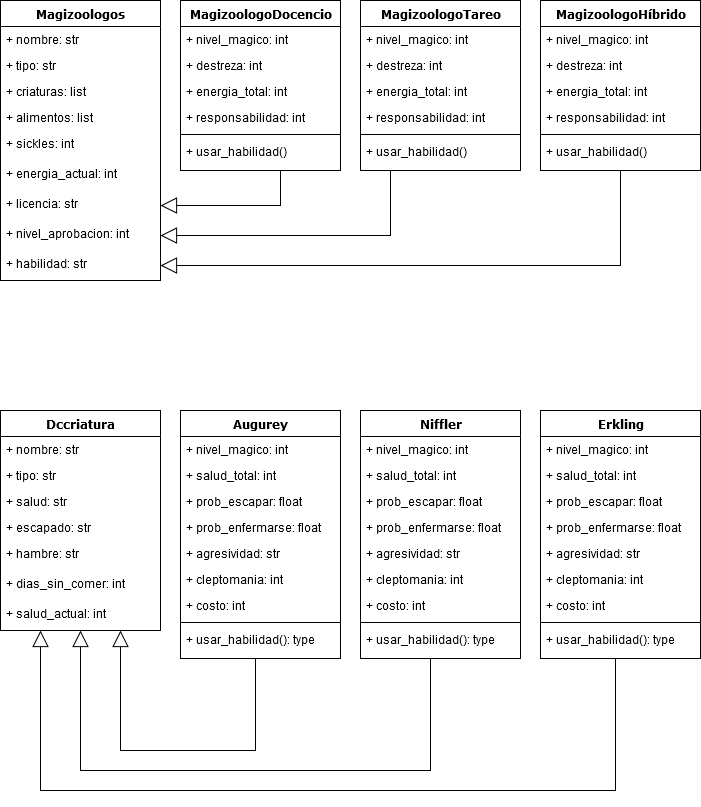
The draw.io diagram Diagrama_clases_T01.png in AndresGonzalez5/Inventario, before a commit. Source tidied: cells renumbered, new cells last; positions are measured from the earlier drawing's top-left corner, leaving out a move shared by most shapes.
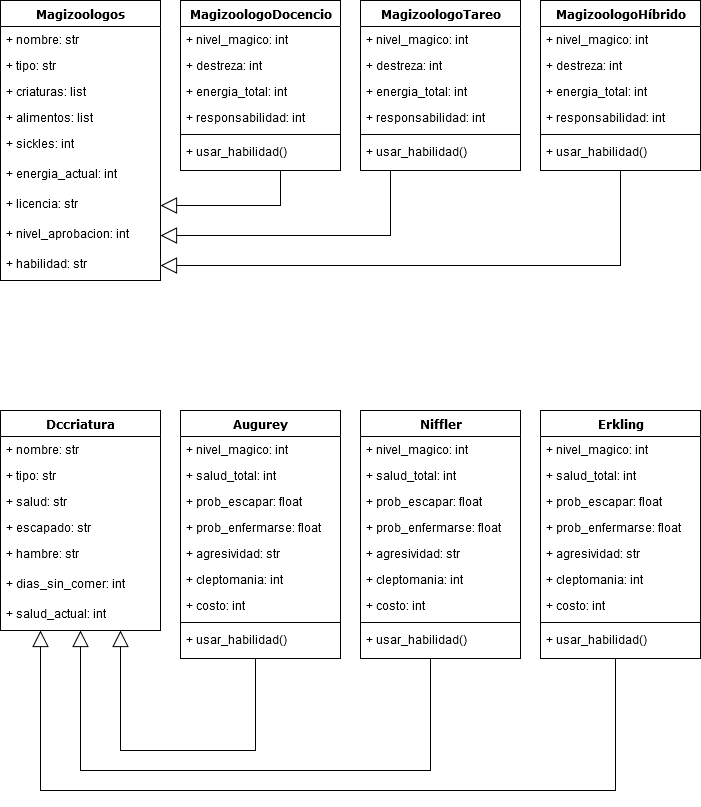
After the change.

What changed in the source:
```diff
@@ -161,7 +161,7 @@
     <mxCell id="51" style="line;html=1;strokeWidth=1;fillColor=none;align=left;verticalAlign=middle;spacingTop=-1;spacingLeft=3;spacingRight=3;labelPosition=right;" parent="43" vertex="1">
       <mxGeometry y="208" width="160" height="8" as="geometry" />
     </mxCell>
-    <mxCell id="52" value="+ usar_habilidad(): type" style="text;html=1;strokeColor=none;fillColor=none;align=left;verticalAlign=top;spacingLeft=4;spacingRight=4;whiteSpace=wrap;overflow=hidden;" parent="43" vertex="1">
+    <mxCell id="52" value="+ usar_habilidad()" style="text;html=1;strokeColor=none;fillColor=none;align=left;verticalAlign=top;spacingLeft=4;spacingRight=4;whiteSpace=wrap;overflow=hidden;" parent="43" vertex="1">
       <mxGeometry y="216" width="160" height="32" as="geometry" />
     </mxCell>
     <mxCell id="53" value="Niffler" style="swimlane;html=1;fontStyle=1;align=center;verticalAlign=top;horizontal=1;startSize=26;swimlaneFillColor=#ffffff;rounded=0;shadow=0;comic=0;labelBackgroundColor=none;strokeWidth=1;fillColor=none;fontFamily=Verdana;fontSize=12;" parent="1" vertex="1">
@@ -191,7 +191,7 @@
     <mxCell id="61" style="line;html=1;strokeWidth=1;fillColor=none;align=left;verticalAlign=middle;spacingTop=-1;spacingLeft=3;spacingRight=3;labelPosition=right;" parent="53" vertex="1">
       <mxGeometry y="208" width="160" height="8" as="geometry" />
     </mxCell>
-    <mxCell id="62" value="+ usar_habilidad(): type" style="text;html=1;strokeColor=none;fillColor=none;align=left;verticalAlign=top;spacingLeft=4;spacingRight=4;whiteSpace=wrap;overflow=hidden;" parent="53" vertex="1">
+    <mxCell id="62" value="+ usar_habilidad()" style="text;html=1;strokeColor=none;fillColor=none;align=left;verticalAlign=top;spacingLeft=4;spacingRight=4;whiteSpace=wrap;overflow=hidden;" parent="53" vertex="1">
       <mxGeometry y="216" width="160" height="32" as="geometry" />
     </mxCell>
     <mxCell id="63" value="Erkling" style="swimlane;html=1;fontStyle=1;align=center;verticalAlign=top;horizontal=1;startSize=26;swimlaneFillColor=#ffffff;rounded=0;shadow=0;comic=0;labelBackgroundColor=none;strokeWidth=1;fillColor=none;fontFamily=Verdana;fontSize=12;" parent="1" vertex="1">
@@ -221,7 +221,7 @@
     <mxCell id="71" style="line;html=1;strokeWidth=1;fillColor=none;align=left;verticalAlign=middle;spacingTop=-1;spacingLeft=3;spacingRight=3;labelPosition=right;" parent="63" vertex="1">
       <mxGeometry y="208" width="160" height="8" as="geometry" />
     </mxCell>
-    <mxCell id="72" value="+ usar_habilidad(): type" style="text;html=1;strokeColor=none;fillColor=none;align=left;verticalAlign=top;spacingLeft=4;spacingRight=4;whiteSpace=wrap;overflow=hidden;" parent="63" vertex="1">
+    <mxCell id="72" value="+ usar_habilidad()" style="text;html=1;strokeColor=none;fillColor=none;align=left;verticalAlign=top;spacingLeft=4;spacingRight=4;whiteSpace=wrap;overflow=hidden;" parent="63" vertex="1">
       <mxGeometry y="216" width="160" height="32" as="geometry" />
     </mxCell>
     <mxCell id="73" style="rounded=0;jettySize=auto;html=1;startArrow=none;startFill=0;endArrow=block;endFill=0;endSize=14;strokeColor=#000000;strokeWidth=1;edgeStyle=orthogonalEdgeStyle;entryX=0.5;entryY=1;entryDx=0;entryDy=0;" parent="1" edge="1" target="35">
```
